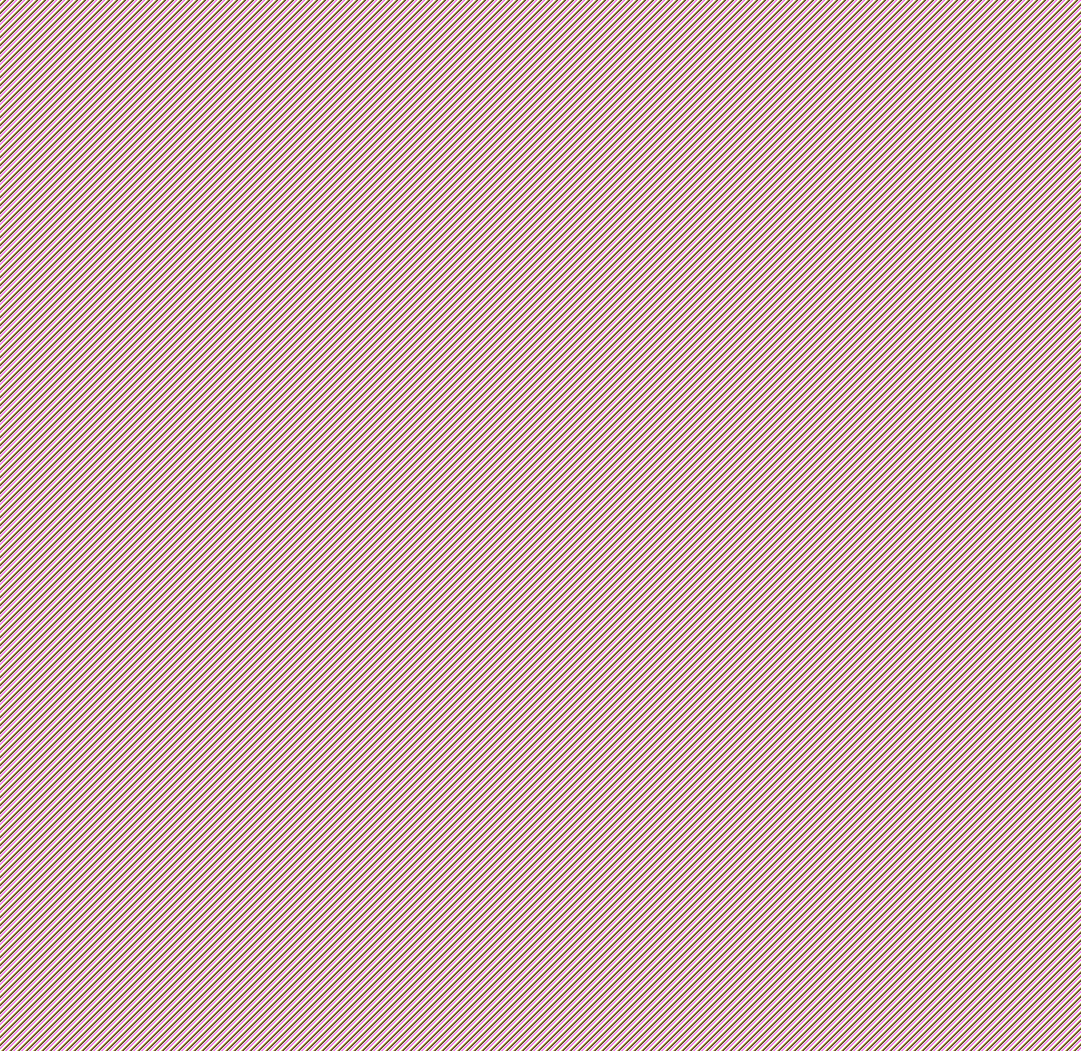
Said-Belhadj/spoteezer keeps this draw.io diagram as Untitled Diagram.png. Above is the earlier version. Source tidied: cells renumbered, new cells last; positions are measured from the earlier drawing's top-left corner, leaving out a move shared by most shapes.
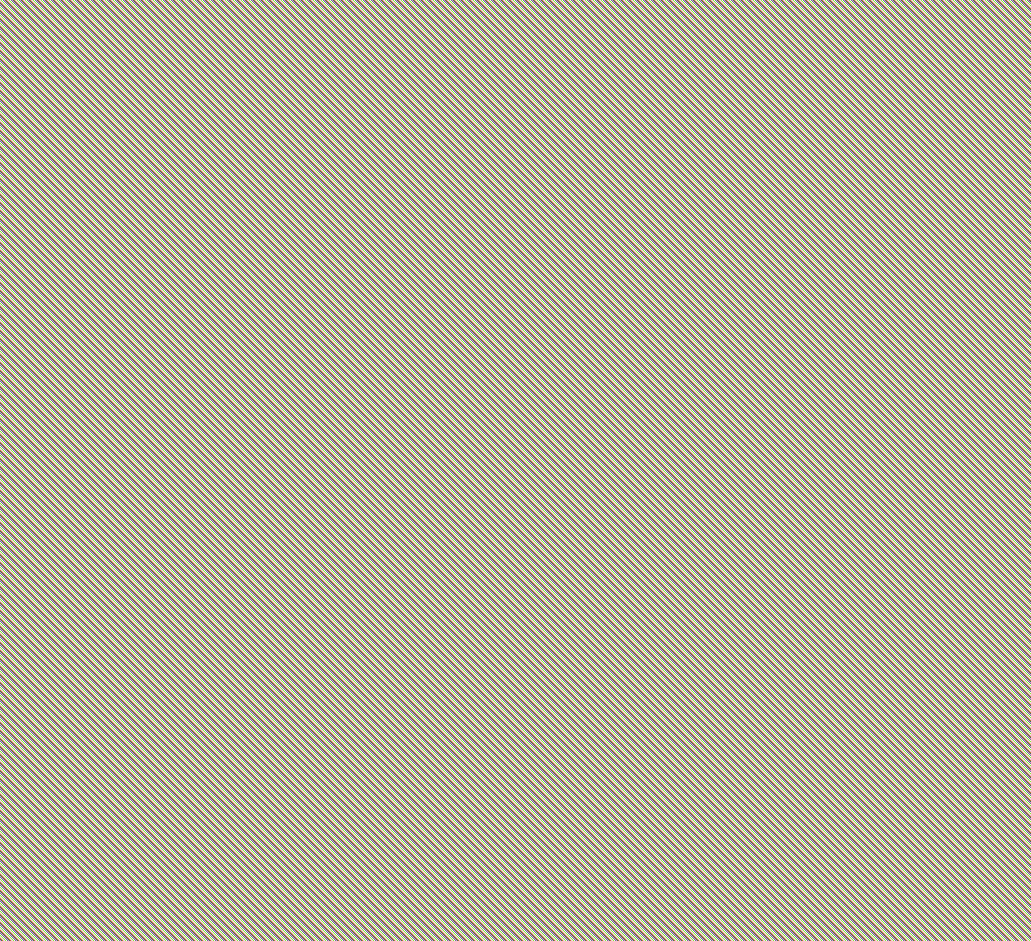
After the change.

What changed in the source:
```diff
@@ -4,53 +4,76 @@
     <mxCell id="1" parent="0" />
-    <mxCell id="2" value="&lt;p style=&quot;margin: 0px ; margin-top: 4px ; text-align: center&quot;&gt;&lt;i&gt;&amp;lt;&amp;lt;Interface&amp;gt;&amp;gt;&lt;/i&gt;&lt;br&gt;&lt;b&gt;Album&lt;/b&gt;&lt;/p&gt;&lt;hr size=&quot;1&quot;&gt;&lt;p style=&quot;margin: 0px ; margin-left: 4px&quot;&gt;+ field1: Type&lt;br&gt;+ field2: Type&lt;/p&gt;&lt;hr size=&quot;1&quot;&gt;&lt;p style=&quot;margin: 0px ; margin-left: 4px&quot;&gt;+ method1(Type): Type&lt;br&gt;+ method2(Type, Type): Type&lt;/p&gt;" style="verticalAlign=top;align=left;overflow=fill;fontSize=12;fontFamily=Helvetica;html=1;rounded=0;shadow=0;comic=0;labelBackgroundColor=none;strokeWidth=1;" parent="1" vertex="1">
-      <mxGeometry x="20" width="190" height="140" as="geometry" />
+    <mxCell id="2" value="&lt;p style=&quot;margin: 0px ; margin-top: 4px ; text-align: center&quot;&gt;&lt;b&gt;Album&lt;/b&gt;&lt;/p&gt;&lt;hr size=&quot;1&quot;&gt;&lt;p style=&quot;margin: 0px ; margin-left: 4px&quot;&gt;+ field1: Type&lt;br&gt;+ field2: Type&lt;/p&gt;&lt;hr size=&quot;1&quot;&gt;&lt;p style=&quot;margin: 0px ; margin-left: 4px&quot;&gt;+ method1(Type): Type&lt;br&gt;+ method2(Type, Type): Type&lt;/p&gt;" style="verticalAlign=top;align=left;overflow=fill;fontSize=12;fontFamily=Helvetica;html=1;rounded=0;shadow=0;comic=0;labelBackgroundColor=none;strokeWidth=1;" parent="1" vertex="1">
+      <mxGeometry x="860" y="90" width="190" height="140" as="geometry" />
     </mxCell>
-    <mxCell id="3" value="&lt;p style=&quot;margin: 0px ; margin-top: 4px ; text-align: center&quot;&gt;&lt;i&gt;&amp;lt;&amp;lt;Interface&amp;gt;&amp;gt;&lt;/i&gt;&lt;br&gt;Song&lt;/p&gt;&lt;hr size=&quot;1&quot;&gt;&lt;p style=&quot;margin: 0px ; margin-left: 4px&quot;&gt;+ field1: Type&lt;br&gt;+ field2: Type&lt;/p&gt;&lt;hr size=&quot;1&quot;&gt;&lt;p style=&quot;margin: 0px ; margin-left: 4px&quot;&gt;+ method1(Type): Type&lt;br&gt;+ method2(Type, Type): Type&lt;/p&gt;" style="verticalAlign=top;align=left;overflow=fill;fontSize=12;fontFamily=Helvetica;html=1;rounded=0;shadow=0;comic=0;labelBackgroundColor=none;strokeWidth=1;" parent="1" vertex="1">
-      <mxGeometry x="770" y="240" width="190" height="140" as="geometry" />
+    <mxCell id="3" value="&lt;p style=&quot;margin: 0px ; margin-top: 4px ; text-align: center&quot;&gt;Song&lt;/p&gt;&lt;hr size=&quot;1&quot;&gt;&lt;p style=&quot;margin: 0px ; margin-left: 4px&quot;&gt;+ field1: Type&lt;br&gt;+ field2: Type&lt;/p&gt;&lt;hr size=&quot;1&quot;&gt;&lt;p style=&quot;margin: 0px ; margin-left: 4px&quot;&gt;+ method1(Type): Type&lt;br&gt;+ method2(Type, Type): Type&lt;/p&gt;" style="verticalAlign=top;align=left;overflow=fill;fontSize=12;fontFamily=Helvetica;html=1;rounded=0;shadow=0;comic=0;labelBackgroundColor=none;strokeWidth=1;" parent="1" vertex="1">
+      <mxGeometry x="860" y="260" width="190" height="140" as="geometry" />
     </mxCell>
     <mxCell id="4" value="&lt;p style=&quot;margin: 0px ; margin-top: 4px ; text-align: center&quot;&gt;&lt;i&gt;&amp;lt;&amp;lt;Interface&amp;gt;&amp;gt;&lt;/i&gt;&lt;br&gt;&lt;b&gt;Playlist&lt;/b&gt;&lt;/p&gt;&lt;hr size=&quot;1&quot;&gt;&lt;p style=&quot;margin: 0px ; margin-left: 4px&quot;&gt;+ field1: Type&lt;br&gt;+ field2: Type&lt;/p&gt;&lt;hr size=&quot;1&quot;&gt;&lt;p style=&quot;margin: 0px ; margin-left: 4px&quot;&gt;+ method1(Type): Type&lt;br&gt;+ method2(Type, Type): Type&lt;/p&gt;" style="verticalAlign=top;align=left;overflow=fill;fontSize=12;fontFamily=Helvetica;html=1;rounded=0;shadow=0;comic=0;labelBackgroundColor=none;strokeWidth=1;" parent="1" vertex="1">
-      <mxGeometry x="50" y="520" width="190" height="140" as="geometry" />
+      <mxGeometry x="860" y="580" width="190" height="140" as="geometry" />
     </mxCell>
     <mxCell id="5" value="&lt;p style=&quot;margin: 0px ; margin-top: 4px ; text-align: center&quot;&gt;&lt;i&gt;&amp;lt;&amp;lt;Abstact&amp;gt;&amp;gt;&lt;/i&gt;&lt;br&gt;&lt;b&gt;AudioElement&lt;/b&gt;&lt;/p&gt;&lt;hr size=&quot;1&quot;&gt;&lt;p style=&quot;margin: 0px ; margin-left: 4px&quot;&gt;+ field1: Type&lt;br&gt;+ field2: Type&lt;/p&gt;&lt;hr size=&quot;1&quot;&gt;&lt;p style=&quot;margin: 0px ; margin-left: 4px&quot;&gt;+ method1(Type): Type&lt;br&gt;+ method2(Type, Type): Type&lt;/p&gt;" style="verticalAlign=top;align=left;overflow=fill;fontSize=12;fontFamily=Helvetica;html=1;rounded=0;shadow=0;comic=0;labelBackgroundColor=none;strokeWidth=1;" parent="1" vertex="1">
-      <mxGeometry x="310" y="190" width="190" height="140" as="geometry" />
+      <mxGeometry x="510" y="420" width="190" height="140" as="geometry" />
     </mxCell>
-    <mxCell id="6" value="&lt;p style=&quot;margin: 0px ; margin-top: 4px ; text-align: center&quot;&gt;&lt;i&gt;&amp;lt;&amp;lt;Interface&amp;gt;&amp;gt;&lt;/i&gt;&lt;br&gt;&lt;b&gt;AudioBook&lt;/b&gt;&lt;/p&gt;&lt;hr size=&quot;1&quot;&gt;&lt;p style=&quot;margin: 0px ; margin-left: 4px&quot;&gt;+ field1: Type&lt;br&gt;+ field2: Type&lt;/p&gt;&lt;hr size=&quot;1&quot;&gt;&lt;p style=&quot;margin: 0px ; margin-left: 4px&quot;&gt;+ method1(Type): Type&lt;br&gt;+ method2(Type, Type): Type&lt;/p&gt;" style="verticalAlign=top;align=left;overflow=fill;fontSize=12;fontFamily=Helvetica;html=1;rounded=0;shadow=0;comic=0;labelBackgroundColor=none;strokeWidth=1;" parent="1" vertex="1">
-      <mxGeometry x="740" y="30" width="190" height="140" as="geometry" />
+    <mxCell id="6" value="&lt;p style=&quot;margin: 0px ; margin-top: 4px ; text-align: center&quot;&gt;&lt;b&gt;AudioBook&lt;/b&gt;&lt;/p&gt;&lt;hr size=&quot;1&quot;&gt;&lt;p style=&quot;margin: 0px ; margin-left: 4px&quot;&gt;+ field1: Type&lt;br&gt;+ field2: Type&lt;/p&gt;&lt;hr size=&quot;1&quot;&gt;&lt;p style=&quot;margin: 0px ; margin-left: 4px&quot;&gt;+ method1(Type): Type&lt;br&gt;+ method2(Type, Type): Type&lt;/p&gt;" style="verticalAlign=top;align=left;overflow=fill;fontSize=12;fontFamily=Helvetica;html=1;rounded=0;shadow=0;comic=0;labelBackgroundColor=none;strokeWidth=1;" parent="1" vertex="1">
+      <mxGeometry x="860" y="420" width="190" height="140" as="geometry" />
     </mxCell>
     <mxCell id="7" value="&lt;p style=&quot;margin: 0px ; margin-top: 4px ; text-align: center&quot;&gt;&lt;i&gt;&amp;lt;&amp;lt;Interface&amp;gt;&amp;gt;&lt;/i&gt;&lt;br&gt;MusicHub&lt;/p&gt;&lt;hr size=&quot;1&quot;&gt;&lt;p style=&quot;margin: 0px ; margin-left: 4px&quot;&gt;+ field1: Type&lt;br&gt;+ field2: Type&lt;/p&gt;&lt;hr size=&quot;1&quot;&gt;&lt;p style=&quot;margin: 0px ; margin-left: 4px&quot;&gt;+ method1(Type): Type&lt;br&gt;+ method2(Type, Type): Type&lt;/p&gt;" style="verticalAlign=top;align=left;overflow=fill;fontSize=12;fontFamily=Helvetica;html=1;rounded=0;shadow=0;comic=0;labelBackgroundColor=none;strokeWidth=1;" parent="1" vertex="1">
-      <mxGeometry x="580" y="680" width="190" height="140" as="geometry" />
+      <mxGeometry x="270" y="420" width="190" height="140" as="geometry" />
     </mxCell>
-    <mxCell id="8" value="&lt;p style=&quot;margin: 0px ; margin-top: 4px ; text-align: center&quot;&gt;&lt;i&gt;&amp;lt;&amp;lt;Interface&amp;gt;&amp;gt;&lt;/i&gt;&lt;br&gt;Language&lt;/p&gt;&lt;hr size=&quot;1&quot;&gt;&lt;p style=&quot;margin: 0px ; margin-left: 4px&quot;&gt;+ field1: Type&lt;br&gt;+ field2: Type&lt;/p&gt;&lt;hr size=&quot;1&quot;&gt;&lt;p style=&quot;margin: 0px ; margin-left: 4px&quot;&gt;+ method1(Type): Type&lt;br&gt;+ method2(Type, Type): Type&lt;/p&gt;" style="verticalAlign=top;align=left;overflow=fill;fontSize=12;fontFamily=Helvetica;html=1;rounded=0;shadow=0;comic=0;labelBackgroundColor=none;strokeWidth=1;" parent="1" vertex="1">
-      <mxGeometry x="40" y="280" width="190" height="140" as="geometry" />
+    <mxCell id="8" value="&lt;p style=&quot;margin: 0px ; margin-top: 4px ; text-align: center&quot;&gt;&lt;i&gt;&amp;lt;&amp;lt;Enum&amp;gt;&amp;gt;&lt;/i&gt;&lt;br&gt;Language&lt;/p&gt;&lt;hr size=&quot;1&quot;&gt;&lt;p style=&quot;margin: 0px ; margin-left: 4px&quot;&gt;+ field1: Type&lt;br&gt;+ field2: Type&lt;/p&gt;&lt;hr size=&quot;1&quot;&gt;&lt;p style=&quot;margin: 0px ; margin-left: 4px&quot;&gt;+ method1(Type): Type&lt;br&gt;+ method2(Type, Type): Type&lt;/p&gt;" style="verticalAlign=top;align=left;overflow=fill;fontSize=12;fontFamily=Helvetica;html=1;rounded=0;shadow=0;comic=0;labelBackgroundColor=none;strokeWidth=1;" parent="1" vertex="1">
+      <mxGeometry x="20" width="190" height="140" as="geometry" />
     </mxCell>
-    <mxCell id="9" value="&lt;p style=&quot;margin: 0px ; margin-top: 4px ; text-align: center&quot;&gt;&lt;i&gt;&amp;lt;&amp;lt;Interface&amp;gt;&amp;gt;&lt;/i&gt;&lt;br&gt;Genre&lt;/p&gt;&lt;hr size=&quot;1&quot;&gt;&lt;p style=&quot;margin: 0px ; margin-left: 4px&quot;&gt;+ field1: Type&lt;br&gt;+ field2: Type&lt;/p&gt;&lt;hr size=&quot;1&quot;&gt;&lt;p style=&quot;margin: 0px ; margin-left: 4px&quot;&gt;+ method1(Type): Type&lt;br&gt;+ method2(Type, Type): Type&lt;/p&gt;" style="verticalAlign=top;align=left;overflow=fill;fontSize=12;fontFamily=Helvetica;html=1;rounded=0;shadow=0;comic=0;labelBackgroundColor=none;strokeWidth=1;" parent="1" vertex="1">
-      <mxGeometry x="300" width="190" height="140" as="geometry" />
+    <mxCell id="9" value="&lt;p style=&quot;margin: 0px ; margin-top: 4px ; text-align: center&quot;&gt;&lt;i&gt;&amp;lt;&amp;lt;&lt;/i&gt;&lt;i&gt;&lt;i&gt;Enum&lt;/i&gt;&amp;gt;&amp;gt;&lt;/i&gt;&lt;br&gt;Genre&lt;/p&gt;&lt;hr size=&quot;1&quot;&gt;&lt;p style=&quot;margin: 0px ; margin-left: 4px&quot;&gt;+ field1: Type&lt;br&gt;+ field2: Type&lt;/p&gt;&lt;hr size=&quot;1&quot;&gt;&lt;p style=&quot;margin: 0px ; margin-left: 4px&quot;&gt;+ method1(Type): Type&lt;br&gt;+ method2(Type, Type): Type&lt;/p&gt;" style="verticalAlign=top;align=left;overflow=fill;fontSize=12;fontFamily=Helvetica;html=1;rounded=0;shadow=0;comic=0;labelBackgroundColor=none;strokeWidth=1;" parent="1" vertex="1">
+      <mxGeometry x="230" width="190" height="140" as="geometry" />
     </mxCell>
-    <mxCell id="10" value="&lt;p style=&quot;margin: 0px ; margin-top: 4px ; text-align: center&quot;&gt;&lt;i&gt;&amp;lt;&amp;lt;Interface&amp;gt;&amp;gt;&lt;/i&gt;&lt;br&gt;Category&lt;/p&gt;&lt;hr size=&quot;1&quot;&gt;&lt;p style=&quot;margin: 0px ; margin-left: 4px&quot;&gt;+ field1: Type&lt;br&gt;+ field2: Type&lt;/p&gt;&lt;hr size=&quot;1&quot;&gt;&lt;p style=&quot;margin: 0px ; margin-left: 4px&quot;&gt;+ method1(Type): Type&lt;br&gt;+ method2(Type, Type): Type&lt;/p&gt;" style="verticalAlign=top;align=left;overflow=fill;fontSize=12;fontFamily=Helvetica;html=1;rounded=0;shadow=0;comic=0;labelBackgroundColor=none;strokeWidth=1;" parent="1" vertex="1">
-      <mxGeometry x="330" y="380" width="190" height="140" as="geometry" />
+    <mxCell id="10" value="&lt;p style=&quot;margin: 0px ; margin-top: 4px ; text-align: center&quot;&gt;&lt;i&gt;&amp;lt;&amp;lt;&lt;/i&gt;&lt;i&gt;&lt;i&gt;Enum&lt;/i&gt;&amp;gt;&amp;gt;&lt;/i&gt;&lt;br&gt;Category&lt;/p&gt;&lt;hr size=&quot;1&quot;&gt;&lt;p style=&quot;margin: 0px ; margin-left: 4px&quot;&gt;+ field1: Type&lt;br&gt;+ field2: Type&lt;/p&gt;&lt;hr size=&quot;1&quot;&gt;&lt;p style=&quot;margin: 0px ; margin-left: 4px&quot;&gt;+ method1(Type): Type&lt;br&gt;+ method2(Type, Type): Type&lt;/p&gt;" style="verticalAlign=top;align=left;overflow=fill;fontSize=12;fontFamily=Helvetica;html=1;rounded=0;shadow=0;comic=0;labelBackgroundColor=none;strokeWidth=1;" parent="1" vertex="1">
+      <mxGeometry x="430" width="190" height="140" as="geometry" />
     </mxCell>
-    <mxCell id="11" value="&lt;p style=&quot;margin: 0px ; margin-top: 4px ; text-align: center&quot;&gt;&lt;i&gt;&amp;lt;&amp;lt;Interface&amp;gt;&amp;gt;&lt;/i&gt;&lt;br&gt;MusicHub&lt;/p&gt;&lt;hr size=&quot;1&quot;&gt;&lt;p style=&quot;margin: 0px ; margin-left: 4px&quot;&gt;+ field1: Type&lt;br&gt;+ field2: Type&lt;/p&gt;&lt;hr size=&quot;1&quot;&gt;&lt;p style=&quot;margin: 0px ; margin-left: 4px&quot;&gt;+ method1(Type): Type&lt;br&gt;+ method2(Type, Type): Type&lt;/p&gt;" style="verticalAlign=top;align=left;overflow=fill;fontSize=12;fontFamily=Helvetica;html=1;rounded=0;shadow=0;comic=0;labelBackgroundColor=none;strokeWidth=1;" parent="1" vertex="1">
-      <mxGeometry x="890" y="590" width="190" height="140" as="geometry" />
+    <mxCell id="11" value="&lt;p style=&quot;margin: 0px ; margin-top: 4px ; text-align: center&quot;&gt;&lt;i&gt;&amp;lt;&amp;lt;Interface&amp;gt;&amp;gt;&lt;/i&gt;&lt;br&gt;XMLHandler&lt;/p&gt;&lt;hr size=&quot;1&quot;&gt;&lt;p style=&quot;margin: 0px ; margin-left: 4px&quot;&gt;+ field1: Type&lt;br&gt;+ field2: Type&lt;/p&gt;&lt;hr size=&quot;1&quot;&gt;&lt;p style=&quot;margin: 0px ; margin-left: 4px&quot;&gt;+ method1(Type): Type&lt;br&gt;+ method2(Type, Type): Type&lt;/p&gt;" style="verticalAlign=top;align=left;overflow=fill;fontSize=12;fontFamily=Helvetica;html=1;rounded=0;shadow=0;comic=0;labelBackgroundColor=none;strokeWidth=1;" parent="1" vertex="1">
+      <mxGeometry x="220" y="220" width="190" height="140" as="geometry" />
     </mxCell>
-    <mxCell id="12" value="&lt;p style=&quot;margin: 0px ; margin-top: 4px ; text-align: center&quot;&gt;&lt;i&gt;&amp;lt;&amp;lt;Interface&amp;gt;&amp;gt;&lt;/i&gt;&lt;br&gt;MusicHub&lt;/p&gt;&lt;hr size=&quot;1&quot;&gt;&lt;p style=&quot;margin: 0px ; margin-left: 4px&quot;&gt;+ field1: Type&lt;br&gt;+ field2: Type&lt;/p&gt;&lt;hr size=&quot;1&quot;&gt;&lt;p style=&quot;margin: 0px ; margin-left: 4px&quot;&gt;+ method1(Type): Type&lt;br&gt;+ method2(Type, Type): Type&lt;/p&gt;" style="verticalAlign=top;align=left;overflow=fill;fontSize=12;fontFamily=Helvetica;html=1;rounded=0;shadow=0;comic=0;labelBackgroundColor=none;strokeWidth=1;" parent="1" vertex="1">
-      <mxGeometry x="540" y="500" width="190" height="140" as="geometry" />
+    <mxCell id="12" value="&lt;p style=&quot;margin: 0px ; margin-top: 4px ; text-align: center&quot;&gt;&lt;i&gt;&amp;lt;&amp;lt;Interface&amp;gt;&amp;gt;&lt;/i&gt;&lt;br&gt;Main&lt;/p&gt;&lt;hr size=&quot;1&quot;&gt;&lt;p style=&quot;margin: 0px ; margin-left: 4px&quot;&gt;+ field1: Type&lt;br&gt;+ field2: Type&lt;/p&gt;&lt;hr size=&quot;1&quot;&gt;&lt;p style=&quot;margin: 0px ; margin-left: 4px&quot;&gt;+ method1(Type): Type&lt;br&gt;+ method2(Type, Type): Type&lt;/p&gt;" style="verticalAlign=top;align=left;overflow=fill;fontSize=12;fontFamily=Helvetica;html=1;rounded=0;shadow=0;comic=0;labelBackgroundColor=none;strokeWidth=1;" parent="1" vertex="1">
+      <mxGeometry x="20" y="220" width="190" height="140" as="geometry" />
     </mxCell>
     <mxCell id="13" value="&lt;p style=&quot;margin: 0px ; margin-top: 4px ; text-align: center&quot;&gt;&lt;i&gt;&amp;lt;&amp;lt;Interface&amp;gt;&amp;gt;&lt;/i&gt;&lt;br&gt;NoAlbumFoundException&lt;/p&gt;&lt;hr size=&quot;1&quot;&gt;&lt;p style=&quot;margin: 0px ; margin-left: 4px&quot;&gt;+ field1: Type&lt;br&gt;+ field2: Type&lt;/p&gt;&lt;hr size=&quot;1&quot;&gt;&lt;p style=&quot;margin: 0px ; margin-left: 4px&quot;&gt;+ method1(Type): Type&lt;br&gt;+ method2(Type, Type): Type&lt;/p&gt;" style="verticalAlign=top;align=left;overflow=fill;fontSize=12;fontFamily=Helvetica;html=1;rounded=0;shadow=0;comic=0;labelBackgroundColor=none;strokeWidth=1;" parent="1" vertex="1">
-      <mxGeometry x="100" y="700" width="190" height="140" as="geometry" />
+      <mxGeometry x="20" y="620" width="190" height="140" as="geometry" />
     </mxCell>
     <mxCell id="14" value="&lt;p style=&quot;margin: 0px ; margin-top: 4px ; text-align: center&quot;&gt;&lt;i&gt;&amp;lt;&amp;lt;Interface&amp;gt;&amp;gt;&lt;/i&gt;&lt;br&gt;SortByGenre&lt;/p&gt;&lt;hr size=&quot;1&quot;&gt;&lt;p style=&quot;margin: 0px ; margin-left: 4px&quot;&gt;+ field1: Type&lt;br&gt;+ field2: Type&lt;/p&gt;&lt;hr size=&quot;1&quot;&gt;&lt;p style=&quot;margin: 0px ; margin-left: 4px&quot;&gt;+ method1(Type): Type&lt;br&gt;+ method2(Type, Type): Type&lt;/p&gt;" style="verticalAlign=top;align=left;overflow=fill;fontSize=12;fontFamily=Helvetica;html=1;rounded=0;shadow=0;comic=0;labelBackgroundColor=none;strokeWidth=1;" parent="1" vertex="1">
-      <mxGeometry x="820" y="910" width="190" height="140" as="geometry" />
+      <mxGeometry x="730" y="770" width="190" height="140" as="geometry" />
     </mxCell>
     <mxCell id="15" value="&lt;p style=&quot;margin: 0px ; margin-top: 4px ; text-align: center&quot;&gt;&lt;i&gt;&amp;lt;&amp;lt;Interface&amp;gt;&amp;gt;&lt;/i&gt;&lt;br&gt;SortByDate&lt;/p&gt;&lt;hr size=&quot;1&quot;&gt;&lt;p style=&quot;margin: 0px ; margin-left: 4px&quot;&gt;+ field1: Type&lt;br&gt;+ field2: Type&lt;/p&gt;&lt;hr size=&quot;1&quot;&gt;&lt;p style=&quot;margin: 0px ; margin-left: 4px&quot;&gt;+ method1(Type): Type&lt;br&gt;+ method2(Type, Type): Type&lt;/p&gt;" style="verticalAlign=top;align=left;overflow=fill;fontSize=12;fontFamily=Helvetica;html=1;rounded=0;shadow=0;comic=0;labelBackgroundColor=none;strokeWidth=1;" parent="1" vertex="1">
-      <mxGeometry x="260" y="900" width="190" height="140" as="geometry" />
+      <mxGeometry x="310" y="770" width="190" height="140" as="geometry" />
     </mxCell>
     <mxCell id="16" value="&lt;p style=&quot;margin: 0px ; margin-top: 4px ; text-align: center&quot;&gt;&lt;i&gt;&amp;lt;&amp;lt;Interface&amp;gt;&amp;gt;&lt;/i&gt;&lt;br&gt;SortByAuthor&lt;/p&gt;&lt;hr size=&quot;1&quot;&gt;&lt;p style=&quot;margin: 0px ; margin-left: 4px&quot;&gt;+ field1: Type&lt;br&gt;+ field2: Type&lt;/p&gt;&lt;hr size=&quot;1&quot;&gt;&lt;p style=&quot;margin: 0px ; margin-left: 4px&quot;&gt;+ method1(Type): Type&lt;br&gt;+ method2(Type, Type): Type&lt;/p&gt;" style="verticalAlign=top;align=left;overflow=fill;fontSize=12;fontFamily=Helvetica;html=1;rounded=0;shadow=0;comic=0;labelBackgroundColor=none;strokeWidth=1;" parent="1" vertex="1">
-      <mxGeometry y="870" width="190" height="140" as="geometry" />
+      <mxGeometry x="520" y="770" width="190" height="140" as="geometry" />
     </mxCell>
     <mxCell id="17" value="&lt;p style=&quot;margin: 0px ; margin-top: 4px ; text-align: center&quot;&gt;&lt;i&gt;&amp;lt;&amp;lt;Interface&amp;gt;&amp;gt;&lt;/i&gt;&lt;br&gt;NoElementFoundException&lt;/p&gt;&lt;hr size=&quot;1&quot;&gt;&lt;p style=&quot;margin: 0px ; margin-left: 4px&quot;&gt;+ field1: Type&lt;br&gt;+ field2: Type&lt;/p&gt;&lt;hr size=&quot;1&quot;&gt;&lt;p style=&quot;margin: 0px ; margin-left: 4px&quot;&gt;+ method1(Type): Type&lt;br&gt;+ method2(Type, Type): Type&lt;/p&gt;" style="verticalAlign=top;align=left;overflow=fill;fontSize=12;fontFamily=Helvetica;html=1;rounded=0;shadow=0;comic=0;labelBackgroundColor=none;strokeWidth=1;" parent="1" vertex="1">
-      <mxGeometry x="330" y="670" width="190" height="140" as="geometry" />
+      <mxGeometry x="30" y="800" width="190" height="140" as="geometry" />
     </mxCell>
     <mxCell id="18" value="&lt;p style=&quot;margin: 0px ; margin-top: 4px ; text-align: center&quot;&gt;&lt;i&gt;&amp;lt;&amp;lt;Interface&amp;gt;&amp;gt;&lt;/i&gt;&lt;br&gt;NoPlaylistFoundException&lt;/p&gt;&lt;hr size=&quot;1&quot;&gt;&lt;p style=&quot;margin: 0px ; margin-left: 4px&quot;&gt;+ field1: Type&lt;br&gt;+ field2: Type&lt;/p&gt;&lt;hr size=&quot;1&quot;&gt;&lt;p style=&quot;margin: 0px ; margin-left: 4px&quot;&gt;+ method1(Type): Type&lt;br&gt;+ method2(Type, Type): Type&lt;/p&gt;" style="verticalAlign=top;align=left;overflow=fill;fontSize=12;fontFamily=Helvetica;html=1;rounded=0;shadow=0;comic=0;labelBackgroundColor=none;strokeWidth=1;" parent="1" vertex="1">
-      <mxGeometry x="820" y="400" width="190" height="140" as="geometry" />
+      <mxGeometry x="20" y="440" width="190" height="140" as="geometry" />
     </mxCell>
+    <mxCell id="19" value="&amp;lt;&amp;lt;extend&amp;gt;&amp;gt;" style="html=1;verticalAlign=bottom;labelBackgroundColor=none;endArrow=open;endFill=0;dashed=1;exitX=0;exitY=0.5;exitDx=0;exitDy=0;entryX=1;entryY=0.5;entryDx=0;entryDy=0;" parent="1" edge="1" source="6" target="5">
+      <mxGeometry relative="1" as="geometry" />
+    </mxCell>
+    <mxCell id="20" value="&amp;lt;&amp;lt;extend&amp;gt;&amp;gt;" style="html=1;verticalAlign=bottom;labelBackgroundColor=none;endArrow=open;endFill=0;dashed=1;exitX=0;exitY=0.5;exitDx=0;exitDy=0;entryX=1;entryY=0;entryDx=0;entryDy=0;" parent="1" edge="1" source="3" target="5">
+      <mxGeometry relative="1" as="geometry" />
+    </mxCell>
+    <mxCell id="21" style="endArrow=none;html=1;exitX=0.5;exitY=0;exitDx=0;exitDy=0;entryX=0.5;entryY=1;entryDx=0;entryDy=0;" parent="1" edge="1" source="3" target="2">
+      <mxGeometry relative="1" as="geometry" />
+    </mxCell>
+    <mxCell id="22" style="endArrow=none;html=1;exitX=0;exitY=0.5;exitDx=0;exitDy=0;entryX=1;entryY=1;entryDx=0;entryDy=0;" parent="1" edge="1" source="4" target="5">
+      <mxGeometry relative="1" as="geometry" />
+    </mxCell>
+    <mxCell id="23" style="endArrow=none;html=1;fontSize=21;exitX=1;exitY=0;exitDx=0;exitDy=0;" parent="1" edge="1" source="7">
+      <mxGeometry relative="1" as="geometry">
+        <mxPoint x="860" y="150" as="targetPoint" />
+      </mxGeometry>
+    </mxCell>
+    <mxCell id="24" style="endArrow=none;html=1;fontSize=21;exitX=1;exitY=1;exitDx=0;exitDy=0;entryX=0;entryY=1;entryDx=0;entryDy=0;" parent="1" edge="1" source="7" target="4">
+      <mxGeometry relative="1" as="geometry" />
+    </mxCell>
+    <mxCell id="25" style="endArrow=none;html=1;fontSize=21;exitX=1;exitY=0.5;exitDx=0;exitDy=0;entryX=0;entryY=0.5;entryDx=0;entryDy=0;" parent="1" edge="1" source="7" target="5">
+      <mxGeometry relative="1" as="geometry" />
+    </mxCell>
   </root>
```
